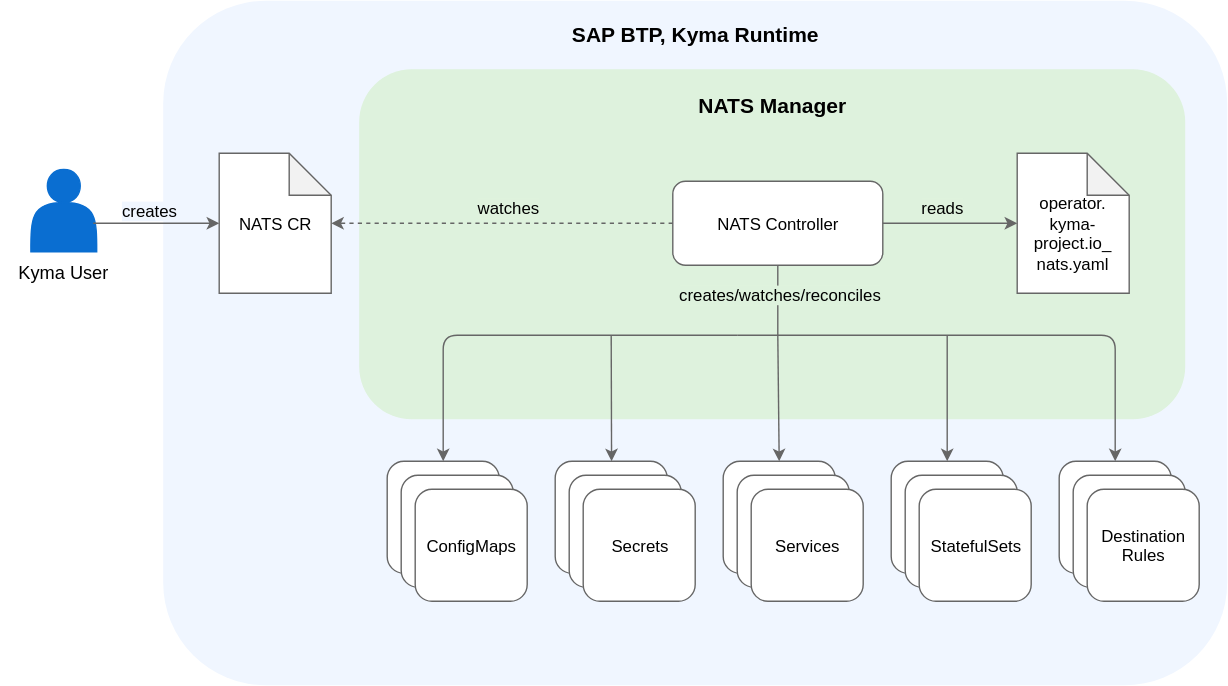
Above: docs/user/assets/nats-module-architecture.drawio.svg in kyma-project/nats-manager (draw.io), before the change. Source tidied: cells renumbered, new cells last; positions are measured from the earlier drawing's top-left corner, leaving out a move shared by most shapes.
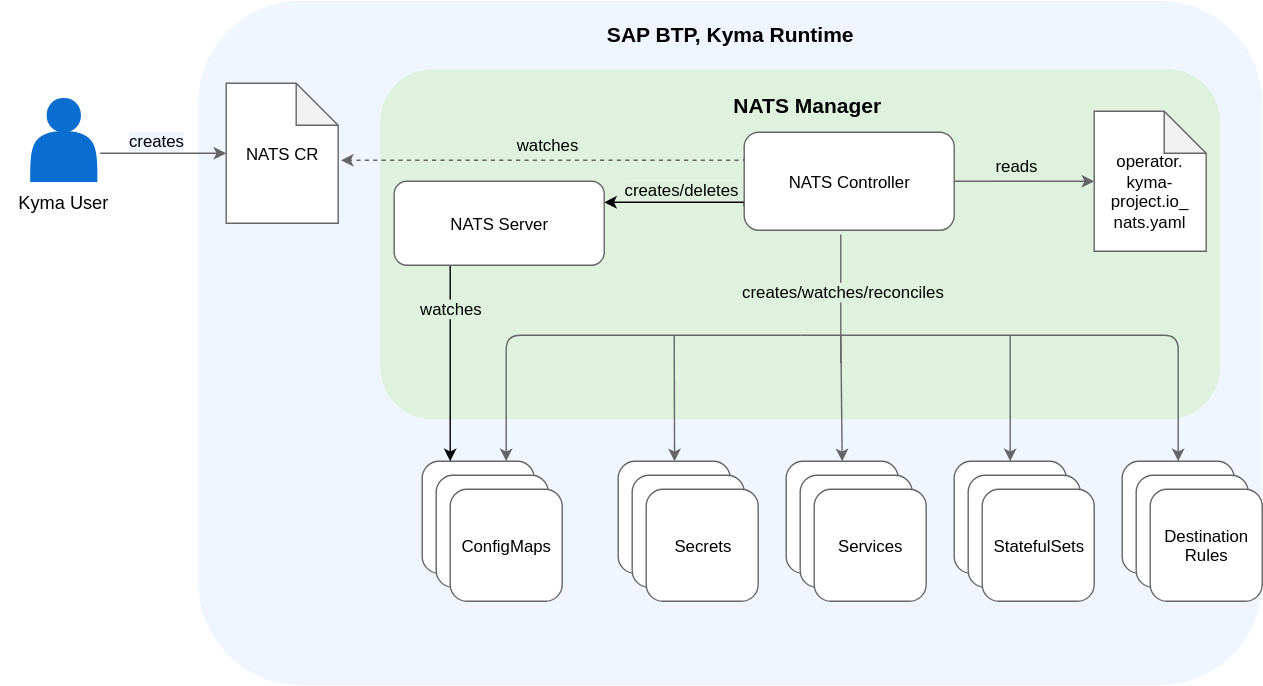
Above is the later version.

Commit message:
Update the diagram and README, remove troubleshooting

What changed in the source:
```diff
@@ -6,16 +6,32 @@
       <mxGeometry x="116" width="760" height="489" as="geometry" />
     </mxCell>
     <mxCell id="3" style="rounded=1;whiteSpace=wrap;html=1;strokeColor=none;fillColor=#DEF2DD;labelBackgroundColor=#dff2dd;" parent="1" vertex="1">
-      <mxGeometry x="256" y="49" width="590" height="250" as="geometry" />
+      <mxGeometry x="246" y="49" width="600" height="250" as="geometry" />
     </mxCell>
+    <mxCell id="45" style="edgeStyle=orthogonalEdgeStyle;rounded=0;jettySize=auto;html=1;exitX=0;exitY=0.75;exitDx=0;exitDy=0;entryX=1;entryY=0.25;entryDx=0;entryDy=0;" parent="1" edge="1" source="4" target="49">
+      <mxGeometry relative="1" as="geometry">
+        <Array as="points">
+          <mxPoint x="506" y="144" />
+        </Array>
+      </mxGeometry>
+    </mxCell>
+    <mxCell id="46" value="&lt;span style=&quot;background-color: rgb(222 , 242 , 221)&quot;&gt;creates/deletes&lt;/span&gt;" style="text;html=1;align=center;verticalAlign=middle;labelBackgroundColor=#ffffff;spacingBottom=20;spacingLeft=-11;" parent="45" vertex="1">
+      <mxGeometry x="0.04" y="-1" relative="1" as="geometry">
+        <mxPoint x="10" y="1" as="offset" />
+      </mxGeometry>
+    </mxCell>
     <mxCell id="4" value="NATS Controller" style="rounded=1;whiteSpace=wrap;html=1;strokeColor=#666666;" parent="1" vertex="1">
-      <mxGeometry x="480" y="129" width="150" height="60" as="geometry" />
+      <mxGeometry x="506" y="94" width="150" height="70" as="geometry" />
     </mxCell>
     <mxCell id="5" value="&lt;b&gt;NATS Manager&lt;/b&gt;" style="text;html=1;strokeColor=none;fillColor=none;align=center;verticalAlign=middle;whiteSpace=wrap;rounded=0;spacing=6;fontSize=15;" parent="1" vertex="1">
       <mxGeometry x="256" y="65" width="590" height="19.7" as="geometry" />
     </mxCell>
-    <mxCell id="6" style="edgeStyle=orthogonalEdgeStyle;rounded=0;jettySize=auto;html=1;entryX=1.004;entryY=0.497;entryDx=0;entryDy=0;entryPerimeter=0;dashed=1;strokeColor=#666666;exitX=0;exitY=0.5;exitDx=0;exitDy=0;" parent="1" edge="1" source="4" target="14">
-      <mxGeometry relative="1" as="geometry" />
+    <mxCell id="6" style="edgeStyle=orthogonalEdgeStyle;rounded=0;jettySize=auto;html=1;dashed=1;strokeColor=#666666;exitX=0;exitY=0.25;exitDx=0;exitDy=0;entryX=1.025;entryY=0.55;entryDx=0;entryDy=0;entryPerimeter=0;" parent="1" edge="1" source="4" target="14">
+      <mxGeometry relative="1" as="geometry">
+        <Array as="points">
+          <mxPoint x="506" y="114" />
+        </Array>
+      </mxGeometry>
     </mxCell>
     <mxCell id="7" value="watches" style="edgeLabel;html=1;align=center;verticalAlign=bottom;labelBackgroundColor=#dff2dd;" parent="6" vertex="1">
       <mxGeometry x="0.1" y="-1" relative="1" as="geometry">
@@ -23,7 +39,7 @@
       </mxGeometry>
     </mxCell>
     <mxCell id="8" style="group;" parent="1" vertex="1">
-      <mxGeometry x="31" y="119.4" width="85" height="90" as="geometry" />
+      <mxGeometry x="6" y="68.9" width="85" height="90" as="geometry" />
     </mxCell>
     <mxCell id="9" style="shape=actor;whiteSpace=wrap;html=1;fillColor=#0A6ED1;strokeColor=#0A6ED1;" parent="8" vertex="1">
       <mxGeometry x="-9.5" y="1.1" width="47" height="58.9" as="geometry" />
@@ -33,7 +49,10 @@
     </mxCell>
     <mxCell id="11" style="edgeStyle=orthogonalEdgeStyle;rounded=0;jettySize=auto;html=1;entryX=0;entryY=0.5;entryDx=0;entryDy=0;entryPerimeter=0;strokeColor=#666666;" parent="1" edge="1" target="14">
       <mxGeometry relative="1" as="geometry">
-        <mxPoint x="66" y="159" as="sourcePoint" />
+        <mxPoint x="46" y="109" as="sourcePoint" />
+        <Array as="points">
+          <mxPoint x="56" y="109" />
+        </Array>
       </mxGeometry>
     </mxCell>
     <mxCell id="12" value="creates" style="edgeLabel;html=1;align=center;verticalAlign=bottom;labelBackgroundColor=#F0F6FF;" parent="11" vertex="1">
@@ -45,7 +64,7 @@
       <mxGeometry x="116" y="16" width="760" height="30" as="geometry" />
     </mxCell>
     <mxCell id="14" value="NATS CR" style="shape=note;whiteSpace=wrap;html=1;backgroundOutline=1;darkOpacity=0.05;strokeColor=#666666;" parent="1" vertex="1">
-      <mxGeometry x="156" y="109" width="80" height="100" as="geometry" />
+      <mxGeometry x="136" y="59" width="80" height="100" as="geometry" />
     </mxCell>
     <mxCell id="15" style="group;strokeColor=none;" parent="1" vertex="1">
       <mxGeometry x="276" y="329" width="100" height="100" as="geometry" />
@@ -60,7 +79,7 @@
       <mxGeometry x="20" y="20" width="80" height="80" as="geometry" />
     </mxCell>
     <mxCell id="19" value="&lt;br&gt;operator.&lt;br&gt;kyma-project.io_&lt;br&gt;nats.yaml" style="shape=note;whiteSpace=wrap;html=1;backgroundOutline=1;darkOpacity=0.05;strokeColor=#666666;" parent="1" vertex="1">
-      <mxGeometry x="726" y="109" width="80" height="100" as="geometry" />
+      <mxGeometry x="756" y="79" width="80" height="100" as="geometry" />
     </mxCell>
     <mxCell id="20" style="edgeStyle=orthogonalEdgeStyle;rounded=0;jettySize=auto;html=1;entryX=0;entryY=0.5;entryDx=0;entryDy=0;entryPerimeter=0;strokeColor=#666666;" parent="1" edge="1" source="4" target="19">
       <mxGeometry relative="1" as="geometry" />
@@ -70,29 +89,33 @@
         <mxPoint x="-2" y="-4" as="offset" />
       </mxGeometry>
     </mxCell>
-    <mxCell id="22" style="endArrow=classic;html=1;rounded=1;entryX=0.5;entryY=0;entryDx=0;entryDy=0;strokeColor=#666666;edgeStyle=orthogonalEdgeStyle;jumpStyle=none;curved=0;" parent="1" edge="1" target="16">
+    <mxCell id="22" style="endArrow=classic;html=1;rounded=1;entryX=0.5;entryY=0;entryDx=0;entryDy=0;strokeColor=#666666;edgeStyle=orthogonalEdgeStyle;jumpStyle=none;curved=0;" parent="1" edge="1">
       <mxGeometry relative="1" as="geometry">
-        <mxPoint x="526" y="239" as="sourcePoint" />
+        <mxPoint x="546" y="239" as="sourcePoint" />
+        <mxPoint x="336" y="329" as="targetPoint" />
         <Array as="points">
-          <mxPoint x="316" y="239" />
+          <mxPoint x="336" y="239" />
         </Array>
       </mxGeometry>
     </mxCell>
     <mxCell id="23" style="endArrow=classic;html=1;rounded=0;strokeColor=#666666;entryX=0.5;entryY=0;entryDx=0;entryDy=0;" parent="1" edge="1">
       <mxGeometry relative="1" as="geometry">
-        <mxPoint x="436" y="239" as="sourcePoint" />
-        <mxPoint x="436.3" y="329" as="targetPoint" />
+        <mxPoint x="456" y="239" as="sourcePoint" />
+        <mxPoint x="456.3" y="329" as="targetPoint" />
       </mxGeometry>
     </mxCell>
     <mxCell id="24" style="endArrow=classic;html=1;rounded=0;strokeColor=#666666;entryX=0.5;entryY=0;entryDx=0;entryDy=0;" parent="1" edge="1" target="37">
       <mxGeometry relative="1" as="geometry">
-        <mxPoint x="676" y="239" as="sourcePoint" />
+        <mxPoint x="696" y="239" as="sourcePoint" />
       </mxGeometry>
     </mxCell>
     <mxCell id="25" style="endArrow=none;html=1;rounded=0;strokeColor=#666666;" parent="1" edge="1">
       <mxGeometry relative="1" as="geometry">
-        <mxPoint x="555" y="239" as="sourcePoint" />
-        <mxPoint x="555" y="189" as="targetPoint" />
+        <mxPoint x="575" y="259" as="sourcePoint" />
+        <mxPoint x="575" y="167" as="targetPoint" />
+        <Array as="points">
+          <mxPoint x="575" y="189" />
+        </Array>
       </mxGeometry>
     </mxCell>
     <mxCell id="26" value="creates/watches/reconciles" style="edgeLabel;html=1;align=center;verticalAlign=middle;labelBackgroundColor=#def2dd;" parent="25" vertex="1">
@@ -102,15 +125,15 @@
     </mxCell>
     <mxCell id="27" style="endArrow=classic;html=1;rounded=1;entryX=0.5;entryY=0;entryDx=0;entryDy=0;strokeColor=#666666;curved=0;" parent="1" edge="1" target="41">
       <mxGeometry relative="1" as="geometry">
-        <mxPoint x="526" y="239" as="sourcePoint" />
+        <mxPoint x="546" y="239" as="sourcePoint" />
         <Array as="points">
-          <mxPoint x="676" y="239" />
-          <mxPoint x="796" y="239" />
+          <mxPoint x="696" y="239" />
+          <mxPoint x="816" y="239" />
         </Array>
       </mxGeometry>
     </mxCell>
     <mxCell id="28" style="group;strokeColor=none;" parent="1" vertex="1">
-      <mxGeometry x="396" y="329" width="100" height="100" as="geometry" />
+      <mxGeometry x="416" y="329" width="100" height="100" as="geometry" />
     </mxCell>
     <mxCell id="29" style="rounded=1;whiteSpace=wrap;html=1;strokeColor=#666666;" parent="28" vertex="1">
       <mxGeometry width="80" height="80" as="geometry" />
@@ -122,7 +145,7 @@
       <mxGeometry x="20" y="20" width="80" height="80" as="geometry" />
     </mxCell>
     <mxCell id="32" style="group;strokeColor=none;" parent="1" vertex="1">
-      <mxGeometry x="516" y="329" width="100" height="100" as="geometry" />
+      <mxGeometry x="536" y="329" width="100" height="100" as="geometry" />
     </mxCell>
     <mxCell id="33" style="rounded=1;whiteSpace=wrap;html=1;strokeColor=#666666;" parent="32" vertex="1">
       <mxGeometry width="80" height="80" as="geometry" />
@@ -134,7 +157,7 @@
       <mxGeometry x="20" y="20" width="80" height="80" as="geometry" />
     </mxCell>
     <mxCell id="36" style="group;strokeColor=none;" parent="1" vertex="1">
-      <mxGeometry x="636" y="329" width="100" height="100" as="geometry" />
+      <mxGeometry x="656" y="329" width="100" height="100" as="geometry" />
     </mxCell>
     <mxCell id="37" style="rounded=1;whiteSpace=wrap;html=1;strokeColor=#666666;" parent="36" vertex="1">
       <mxGeometry width="80" height="80" as="geometry" />
@@ -146,7 +169,7 @@
       <mxGeometry x="20" y="20" width="80" height="80" as="geometry" />
     </mxCell>
     <mxCell id="40" style="group;strokeColor=none;" parent="1" vertex="1">
-      <mxGeometry x="756" y="329" width="100" height="100" as="geometry" />
+      <mxGeometry x="776" y="329" width="100" height="100" as="geometry" />
     </mxCell>
     <mxCell id="41" style="rounded=1;whiteSpace=wrap;html=1;strokeColor=#666666;" parent="40" vertex="1">
       <mxGeometry width="80" height="80" as="geometry" />
@@ -159,8 +182,21 @@
     </mxCell>
     <mxCell id="44" style="endArrow=classic;html=1;rounded=0;strokeColor=#666666;entryX=0.5;entryY=0;entryDx=0;entryDy=0;" parent="1" edge="1" target="33">
       <mxGeometry relative="1" as="geometry">
-        <mxPoint x="555" y="239" as="sourcePoint" />
+        <mxPoint x="575" y="239" as="sourcePoint" />
       </mxGeometry>
     </mxCell>
+    <mxCell id="47" style="edgeStyle=orthogonalEdgeStyle;rounded=0;jettySize=auto;html=1;exitX=0.25;exitY=1;exitDx=0;exitDy=0;entryX=0.25;entryY=0;entryDx=0;entryDy=0;" parent="1" edge="1" source="49" target="16">
+      <mxGeometry relative="1" as="geometry">
+        <Array as="points">
+          <mxPoint x="296" y="189" />
+        </Array>
+      </mxGeometry>
+    </mxCell>
+    <mxCell id="48" value="watches" style="text;html=1;align=center;verticalAlign=middle;labelBackgroundColor=#DEF2DD;" parent="47" vertex="1">
+      <mxGeometry x="-0.55" relative="1" as="geometry" />
+    </mxCell>
+    <mxCell id="49" value="NATS Server" style="rounded=1;whiteSpace=wrap;html=1;strokeColor=#666666;" parent="1" vertex="1">
+      <mxGeometry x="256" y="129" width="150" height="60" as="geometry" />
+    </mxCell>
   </root>
 </mxGraphModel>
```
